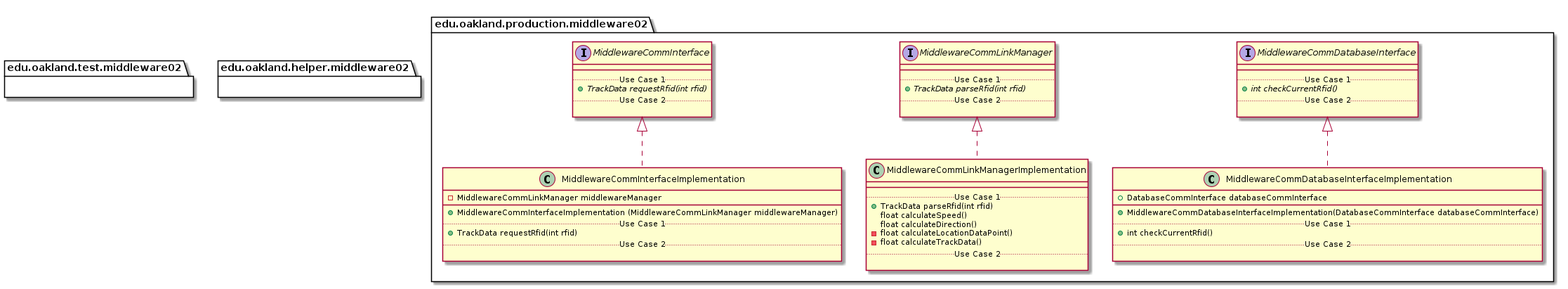
The PlantUML diagram docs/uml-class-diagrams/middleware02/Middleware02Packages_InternalDependencies.png in andrewdimmer/csi-3370-software-project, before a commit.
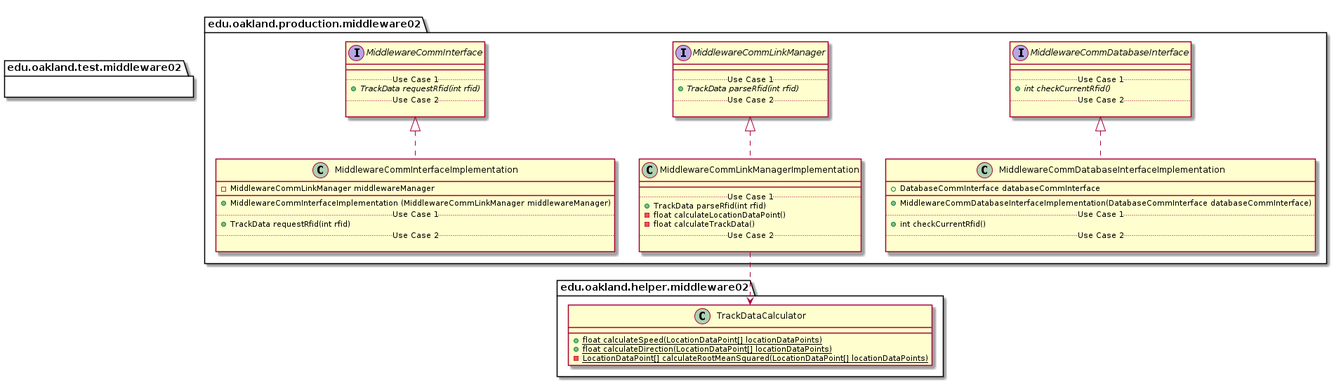
The same diagram one commit later.

The edit, as a diff of the source:
```diff
@@ -59,8 +59,6 @@
         __
         .. Use Case 1 ..
         + TrackData parseRfid(int rfid)
-        float calculateSpeed()
-        float calculateDirection()
         - float calculateLocationDataPoint()
         - float calculateTrackData()
         .. Use Case 2 ..
@@ -91,6 +89,15 @@
 
 
 
+package edu.oakland.helper.middleware02 {
+    class TrackDataCalculator {
+        {static} + float calculateSpeed(LocationDataPoint[] locationDataPoints)
+        {static} + float calculateDirection(LocationDataPoint[] locationDataPoints)
+        {static} - LocationDataPoint[] calculateRootMeanSquared(LocationDataPoint[] locationDataPoints)
+    }
+}
+
+MiddlewareCommLinkManagerImplementation ..> TrackDataCalculator
 
 
 package edu.oakland.test.middleware02 {
@@ -103,4 +110,6 @@
 }
 
 
+
+
 @enduml
```
